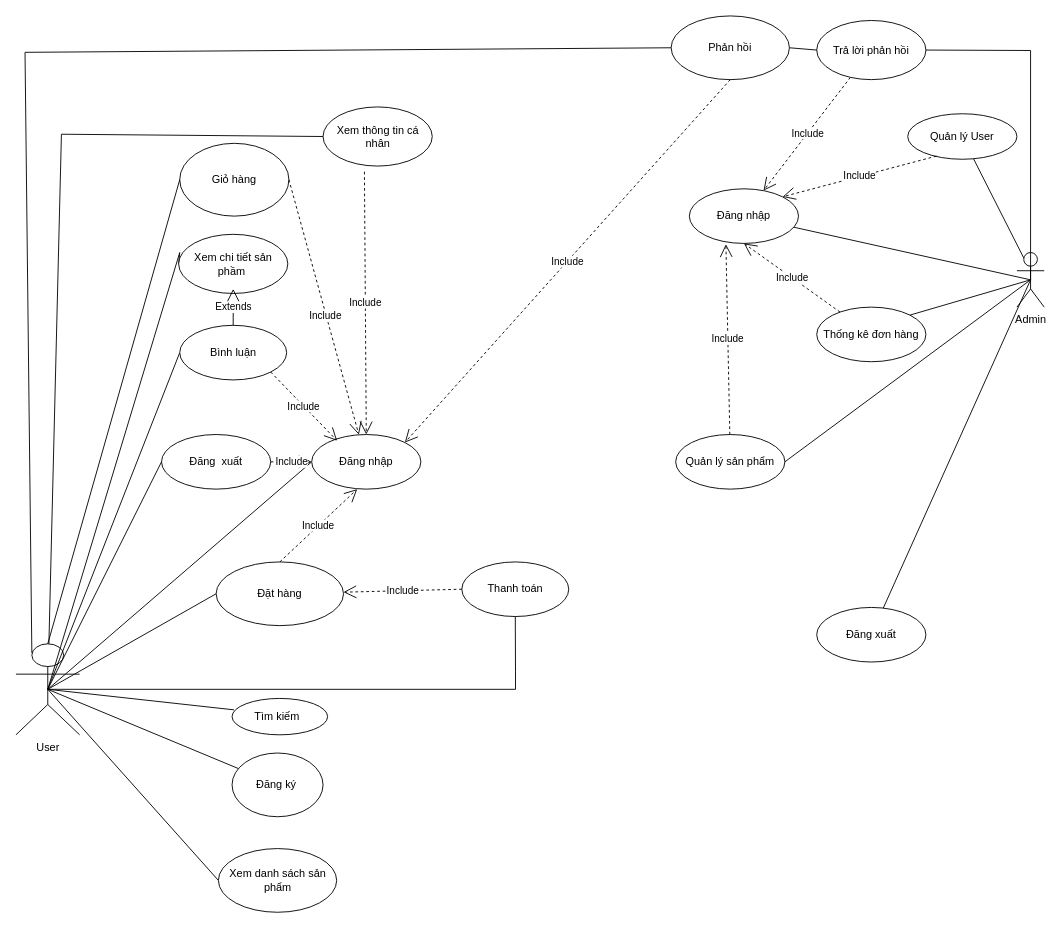
Above: Untitled Diagram.drawio in ThanhdoBKHN/tab-tracker (draw.io), before the change. Source tidied: cells renumbered, new cells numbered last; positions are measured from the earlier drawing's top-left corner, leaving out a move shared by most shapes. Both pictures are drawn from the tidied source at 91%, with x=0, y=0 at pixel (15, 15).
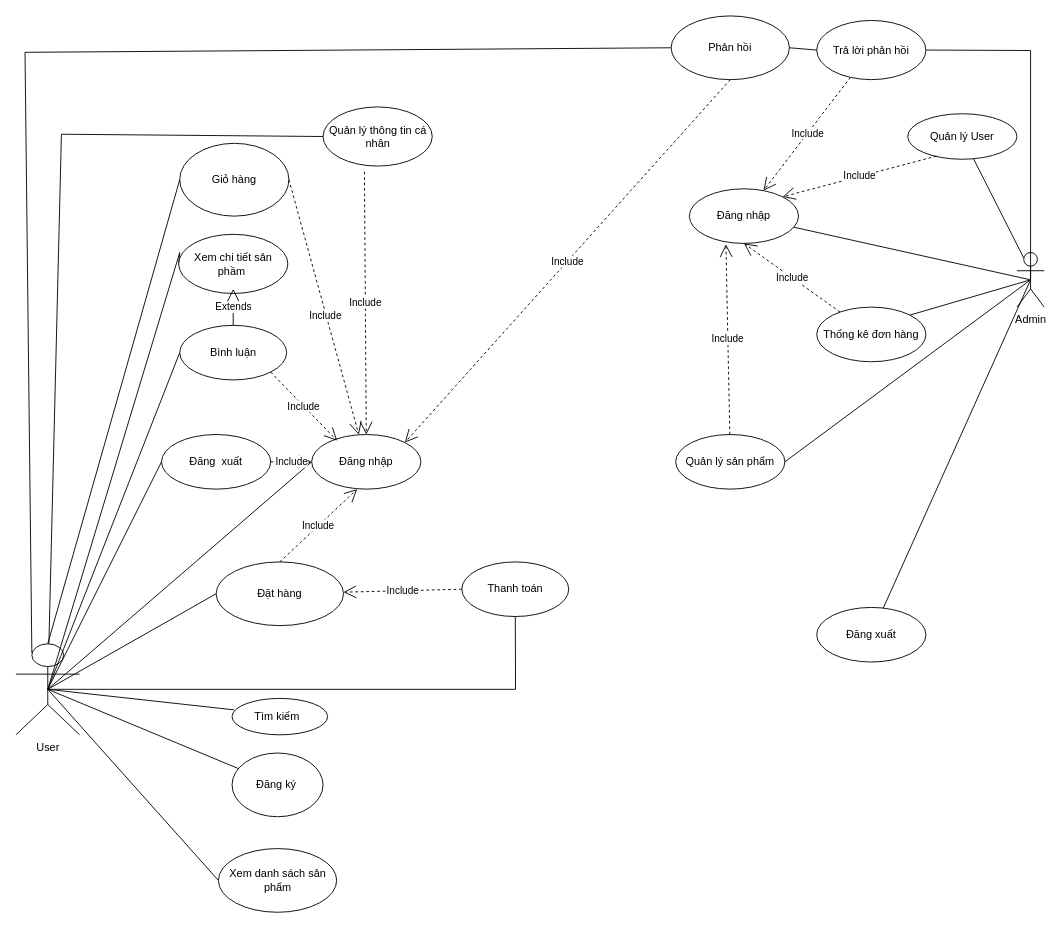
The same diagram, later.

Diff of the diagram source:
```diff
@@
-    <mxCell id="26" value="Xem thông tin cá nhân" style="ellipse;whiteSpace=wrap;html=1;" parent="1" vertex="1">
+    <mxCell id="26" value="Quản lý thông tin cá nhân" style="ellipse;whiteSpace=wrap;html=1;" parent="1" vertex="1">
       <mxGeometry x="337.5" y="100" width="120" height="65" as="geometry" />
     </mxCell>
```
